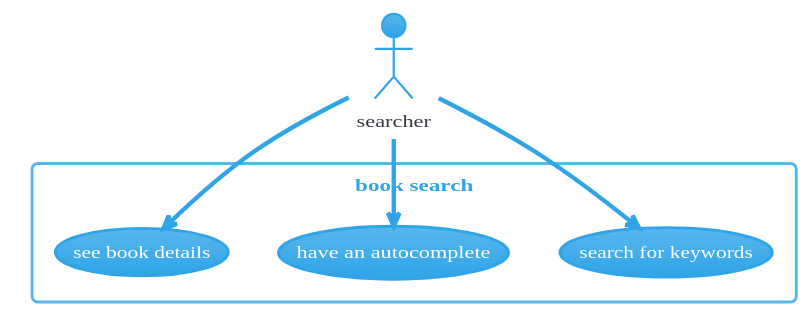
Above: ddd/v1/internal/example/server/uml-use-case-booksearch.gen.svg in golangee/ddd (PlantUML), before the change. Source of this version:
```plantuml
@startuml



skinparam backgroundColor transparent







skinparam defaultFontName        "Verdana"
skinparam defaultFontSize        12
skinparam dpi                    100
skinparam shadowing              false
skinparam roundcorner            8
skinparam ParticipantPadding     40
skinparam BoxPadding             40
skinparam Padding                5
skinparam ArrowColor             #868E96
skinparam stereotype {
    CBackgroundColor #EDF0F2
    CBorderColor #BABDBF
    ABackgroundColor #8FB961
    ABorderColor #5C862E
    IBackgroundColor #D2494E
    IBorderColor #9F161B
    EBackgroundColor #E47833
    EBorderColor #B14500
    NBackgroundColor #35638F
    NBorderColor #02305C
}
skinparam title {
	FontColor	                 #2FA4E7
	BorderColor	                 #BABDBF
	FontSize	    	         20
	BorderRoundCorner            8
	BorderThickness 	         1
	BackgroundColor              #EDF0F2-#E9ECEF
}


skinparam legend {
	BackgroundColor #E9ECEF
	BorderColor #BABDBF
	FontColor #343A40
}


skinparam activity {
		FontColor #FFF
	BorderColor #2FA4E7
	BackgroundColor #59B6EC-#2FA4E7
	BarColor #73A839
	StartColor #033C73
	EndColor #033C73
	DiamondBackgroundColor #FFF-#EDF0F2
  	DiamondBorderColor #BABDBF
	DiamondFontColor #343A40
}


skinparam participant {
		FontColor #FFF
	BorderColor #2FA4E7
	BackgroundColor #59B6EC-#2FA4E7
	ParticipantBorderThickness 2
}


skinparam actor {
		FontColor #FFF
	BorderColor #2FA4E7
	BackgroundColor #59B6EC-#2FA4E7
	FontColor #343A40
}


skinparam arrow {
	Thickness 3
	Color #2FA4E7
	FontColor #343A40
}


skinparam sequence {
	BorderColor #2FA4E7
	TitleFontColor #2FA4E7
	BackgroundColor transparent
	StartColor #2FA4E7
	EndColor #2FA4E7
	BoxBackgroundColor #F8F9FA
	BoxBorderColor #868E96
	BoxFontColor #343A40
	LifeLineBorderColor #BABDBF
	LifeLineBorderThickness 2
	LifeLineBackgroundColor #EDF0F2
	GroupBorderColor #868E96
	GroupFontColor #343A40
	GroupHeaderFontColor #033C73
	DividerBackgroundColor #FFF-#F8F9FA
    DividerBorderColor #868E96
    DividerBorderThickness 2
    DividerFontColor #343A40
	ReferenceBackgroundColor transparent
	ReferenceBorderColor #868E96
	ReferenceFontColor #343A40
	ReferenceHeaderFontColor #033C73
}


skinparam partition {
	BorderColor #2FA4E7
	FontColor #2FA4E7
	BackgroundColor transparent
}


skinparam collections {
		FontColor #FFF
	BorderColor #2FA4E7
	BackgroundColor #59B6EC-#2FA4E7
}


skinparam control {
		FontColor #FFF
	BorderColor #2FA4E7
	BackgroundColor #59B6EC-#2FA4E7
	FontColor #343A40
}


skinparam entity {
		FontColor #FFF
	BorderColor #2FA4E7
	BackgroundColor #59B6EC-#2FA4E7
	FontColor #343A40
}


skinparam boundary {
		FontColor #FFF
	BorderColor #2FA4E7
	BackgroundColor #59B6EC-#2FA4E7
	FontColor #343A40
}


skinparam agent {
	BackgroundColor #orange
	BorderColor #999999
	FontColor #333333
}


skinparam note {
	BorderThickness 1
	BackgroundColor #35638F-#033C73
	BorderColor #033C73
	FontColor #FFF
}


skinparam artifact {
	BackgroundColor #FFF-#F8F9FA
	BorderColor #BABDBF
	FontColor #343A40
}


skinparam component {
		FontColor #FFF
	BorderColor #2FA4E7
	BackgroundColor #59B6EC-#2FA4E7
}


skinparam interface {
	BackgroundColor  #D2494E
	BorderColor  #C71C22
	FontColor #343A40
}


skinparam storage {
	BackgroundColor #E47833-#DD5600
  	BorderColor #DD5600
	FontColor #FFF
}


skinparam node {
	BackgroundColor #EDF0F2-#E9ECEF
	BorderColor #E9ECEF
	FontColor #343A40
}


skinparam cloud {
	BackgroundColor #F2FCFE-#eeeeee
	BorderColor #F2FCFE
	FontColor #2FA4E7
}


skinparam database {
		FontColor #FFF
	BorderColor #2FA4E7
	BackgroundColor #59B6EC-#2FA4E7
	FontColor #343A40
}


skinparam class {
		FontColor #FFF
	BorderColor #2FA4E7
	BackgroundColor #59B6EC-#2FA4E7
	HeaderBackgroundColor #2FA4E7-#2683B9
	StereotypeFontColor #343A40
	BorderThickness 1
	AttributeFontColor #F8F9FA
	AttributeFontSize 11
}


skinparam object {
		FontColor #FFF
	BorderColor #2FA4E7
	BackgroundColor #59B6EC-#2FA4E7
	StereotypeFontColor #343A40
	BorderThickness 1
	AttributeFontColor #343A40
	AttributeFontSize 11
}


skinparam usecase {
		FontColor #FFF
	BorderColor #2FA4E7
	BackgroundColor #59B6EC-#2FA4E7
	BorderThickness 2
	StereotypeFontColor #2FA4E7
}


skinparam rectangle {
	FontColor #2FA4E7
	BorderColor #59B6EC
	BackgroundColor transparent
	BorderThickness 2
	StereotypeFontColor #2FA4E7
}


skinparam package {
	FontColor #2FA4E7
	BorderColor #59B6EC
	BackgroundColor transparent
	BorderThickness 2
}


skinparam folder {
	BackgroundColor #FFF-#EDF0F2
  	BorderColor #DD5600
	FontColor #DD5600
	BorderThickness 2
}


skinparam frame {
	BackgroundColor #FFF-#EDF0F2
  	BorderColor #033C73
	FontColor #033C73
	BorderThickness 2
}


skinparam state {
		FontColor #FFF
	BorderColor #2FA4E7
	BackgroundColor #59B6EC-#2FA4E7
	StartColor #033C73
	EndColor #033C73
	AttributeFontColor #343A40
	AttributeFontSize 11
}


skinparam queue {
		FontColor #FFF
	BorderColor #2FA4E7
	BackgroundColor #59B6EC-#2FA4E7
}


skinparam card {
	BackgroundColor #35638F-#033C73
	BorderColor #033C73
	FontColor #FFF
}


skinparam file {
	BackgroundColor #EDF0F2-#E9ECEF
	BorderColor #033C73
	FontColor #868E96

}


actor "searcher" as ac1
rectangle "book search" {
usecase "search for keywords" as uc2
usecase "have an autocomplete" as uc3
usecase "see book details" as uc4
}
ac1 --> uc2
ac1 --> uc3
ac1 --> uc4
@enduml
```
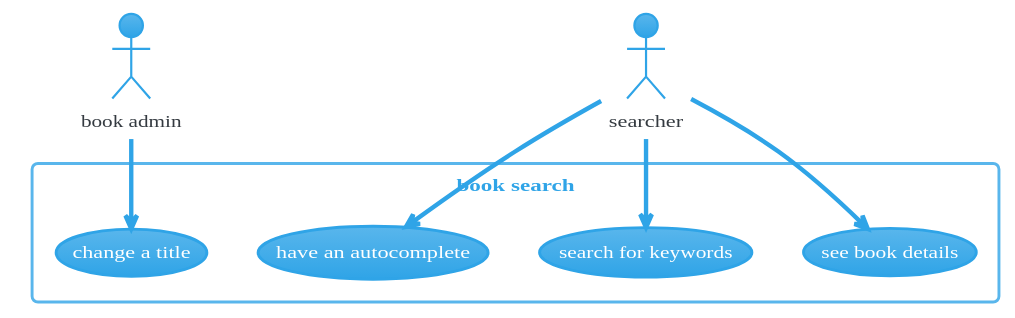
After the commit.

The edit, as a diff of the source:
```diff
@@ -311,13 +311,16 @@
 }
 
 
-actor "searcher" as ac1
+actor "book admin" as ac1
+actor "searcher" as ac2
 rectangle "book search" {
-usecase "search for keywords" as uc2
-usecase "have an autocomplete" as uc3
-usecase "see book details" as uc4
+usecase "change a title" as uc3
+usecase "search for keywords" as uc4
+usecase "have an autocomplete" as uc5
+usecase "see book details" as uc6
 }
-ac1 --> uc2
 ac1 --> uc3
-ac1 --> uc4
+ac2 --> uc4
+ac2 --> uc5
+ac2 --> uc6
 @enduml
```
